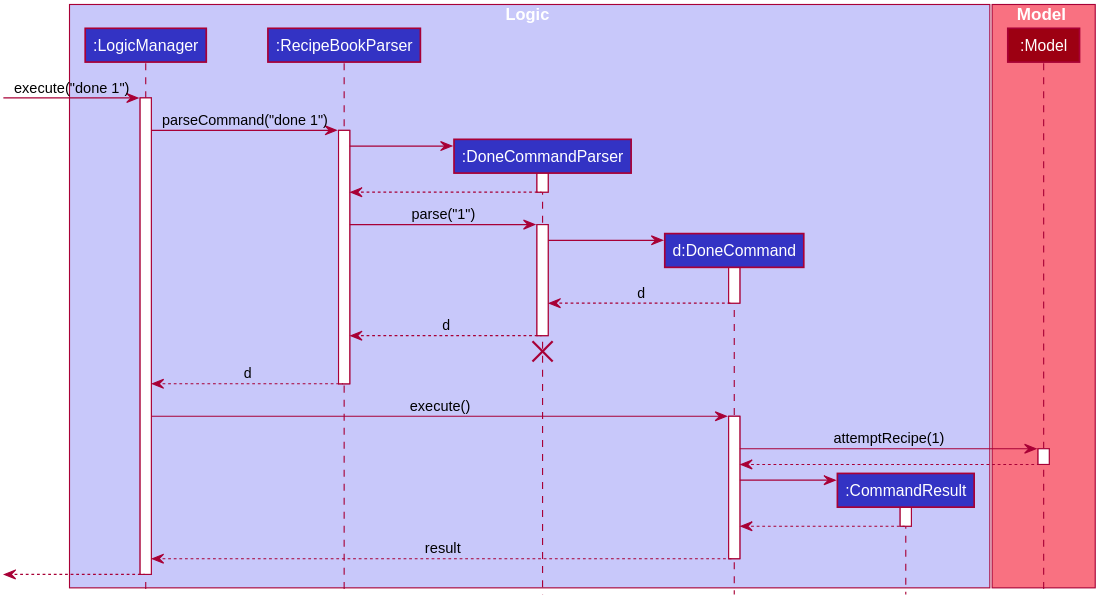
The PlantUML diagram docs/images/DoneSequenceDiagram.svg in nus-cs2103-AY1920S2/addressbook-level3, before a commit. Source of this version:
```plantuml
@startuml DoneSequenceDiagram








skinparam BackgroundColor #FFFFFFF

skinparam Shadowing false

skinparam Class {
    FontColor #FFFFFF
    BorderThickness 1
    BorderColor #FFFFFF
    StereotypeFontColor #FFFFFF
}

skinparam Actor {
    BorderColor #000000
    Color #000000
}

skinparam Sequence {
    MessageAlign center
    BoxFontSize 15
    BoxPadding 0
    BoxFontColor #FFFFFF
    SequenceBoxFontName Segoe UI
}

skinparam Participant {
    FontColor #FFFFFFF
    Padding 20
}

skinparam MinClassWidth 50
skinparam ParticipantPadding 10
skinparam Shadowing false
skinparam DefaultTextAlignment center
skinparam packageStyle Folder

skinparam DefaultFontName Arial
skinparam defaultMonospacedFontName Consolas

hide footbox
hide members
hide circle

box Logic #C8C8FA
participant ":LogicManager" as LogicManager #3333C4
participant ":RecipeBookParser" as RecipeBookParser #3333C4
participant ":DoneCommandParser" as DoneCommandParser #3333C4
participant "d:DoneCommand" as DoneCommand #3333C4
participant ":CommandResult" as CommandResult #3333C4
end box

box Model #F97181
participant ":Model" as Model #9D0012
end box


[-> LogicManager : execute("done 1")
activate LogicManager

LogicManager -> RecipeBookParser : parseCommand("done 1")
activate RecipeBookParser

create DoneCommandParser
RecipeBookParser -> DoneCommandParser
activate DoneCommandParser

DoneCommandParser --> RecipeBookParser
deactivate DoneCommandParser

RecipeBookParser -> DoneCommandParser : parse("1")
activate DoneCommandParser

create DoneCommand
DoneCommandParser -> DoneCommand
activate DoneCommand

DoneCommand --> DoneCommandParser : d

deactivate DoneCommand

DoneCommandParser --> RecipeBookParser : d
deactivate DoneCommandParser
DoneCommandParser -[hidden]-> RecipeBookParser
destroy DoneCommandParser

RecipeBookParser --> LogicManager : d
deactivate RecipeBookParser

LogicManager -> DoneCommand : execute()
activate DoneCommand

DoneCommand -> Model : attemptRecipe(1)
activate Model

Model --> DoneCommand
deactivate Model

create CommandResult
DoneCommand -> CommandResult
activate CommandResult

CommandResult --> DoneCommand
deactivate CommandResult

DoneCommand --> LogicManager : result
deactivate DoneCommand

[<--LogicManager
deactivate LogicManager
@enduml
```
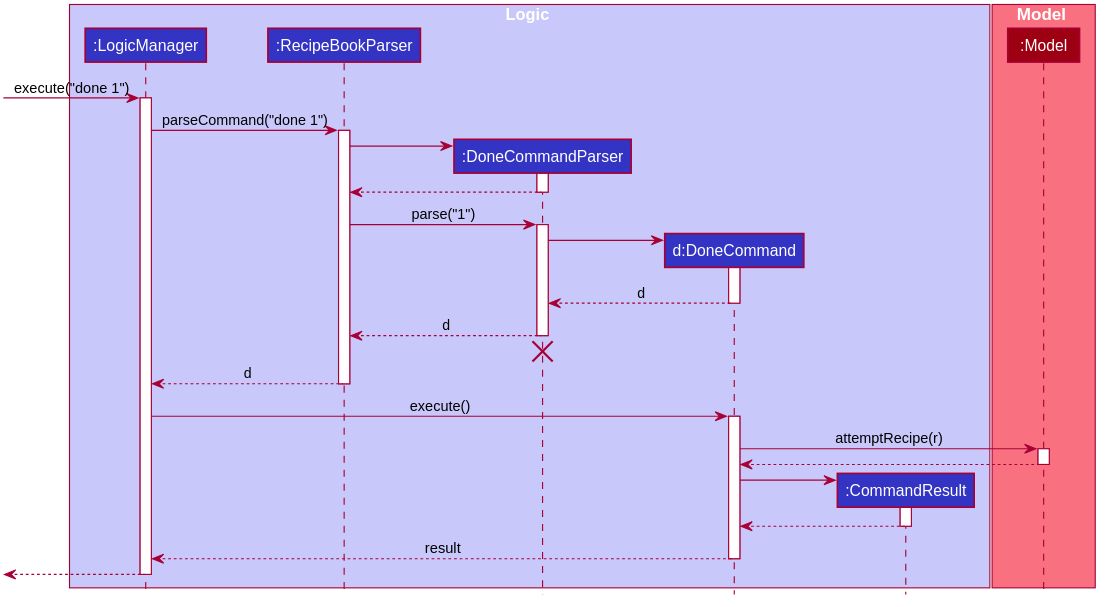
The same diagram one commit later.

What changed in the source:
```diff
@@ -97,7 +97,7 @@
 LogicManager -> DoneCommand : execute()
 activate DoneCommand
 
-DoneCommand -> Model : attemptRecipe(1)
+DoneCommand -> Model : attemptRecipe(r)
 activate Model
 
 Model --> DoneCommand
```
